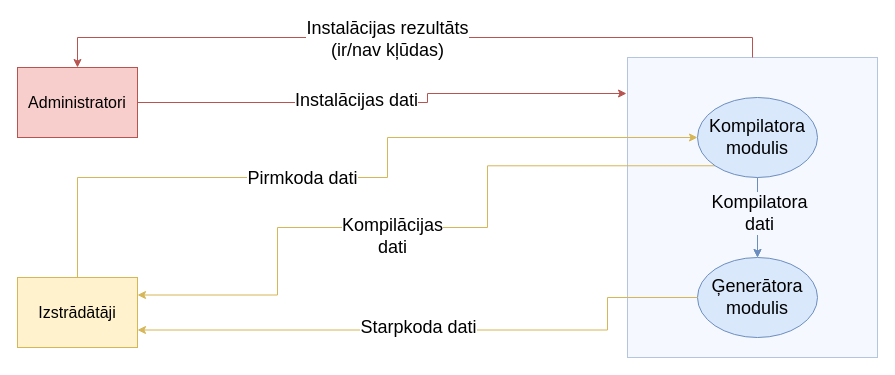
artiks12/webAppOS keeps this draw.io diagram as page "1. level part 1" (2 of 9) of src/Kvalifikacijas darbs/Diagrammas/DPD.drawio. Above is the earlier version. Source tidied: cells renumbered, new cells numbered last; positions are measured from the earlier drawing's top-left corner, leaving out a move shared by most shapes. Both pictures are drawn from the tidied source at 100%, with x=0, y=0 at pixel (17, 57).
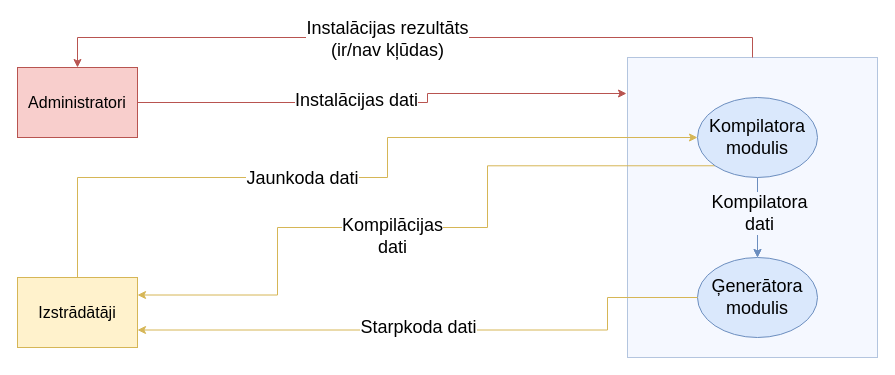
The same diagram, later.

The change refers to these unchanged cells:
```xml
<mxCell id="9" style="edgeStyle=orthogonalEdgeStyle;rounded=0;jettySize=auto;html=1;entryX=0;entryY=0.5;entryDx=0;entryDy=0;exitX=0.5;exitY=0;exitDx=0;exitDy=0;fillColor=#fff2cc;strokeColor=#d6b656;" parent="1" edge="1" source="11" target="17">
  <mxGeometry relative="1" as="geometry">
    <Array as="points">
      <mxPoint x="60" y="120" />
      <mxPoint x="370" y="120" />
      <mxPoint x="370" y="80" />
    </Array>
  </mxGeometry>
</mxCell>
```

What changed in the source:
```diff
@@
-    <mxCell id="10" value="&lt;font style=&quot;font-size: 18px&quot;&gt;Pirmkoda dati&lt;/font&gt;" style="edgeLabel;html=1;align=center;verticalAlign=middle;" parent="9" vertex="1">
+    <mxCell id="10" value="&lt;font style=&quot;font-size: 18px&quot;&gt;Jaunkoda dati&lt;/font&gt;" style="edgeLabel;html=1;align=center;verticalAlign=middle;" parent="9" vertex="1">
       <mxGeometry x="-0.25" relative="1" as="geometry">
         <mxPoint x="39" as="offset" />
       </mxGeometry>
     </mxCell>
```
